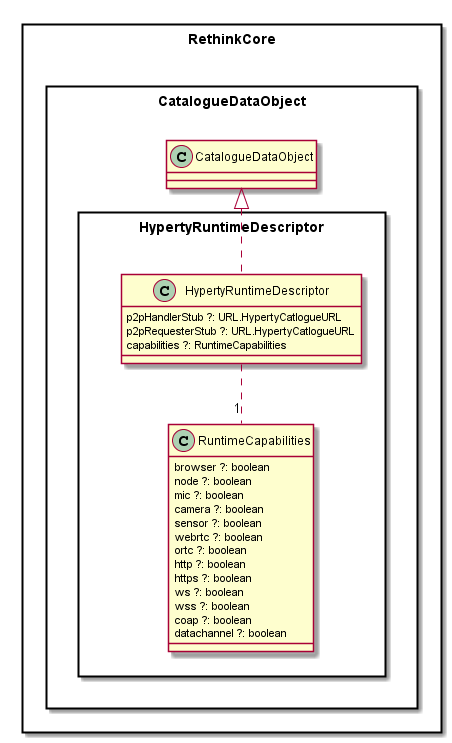
Above: datamodel/core/hyperty-catalogue/Hyperty-Runtime-Descriptor-Data-Object-Model.png in reTHINK-project/specs (PlantUML), before the change.
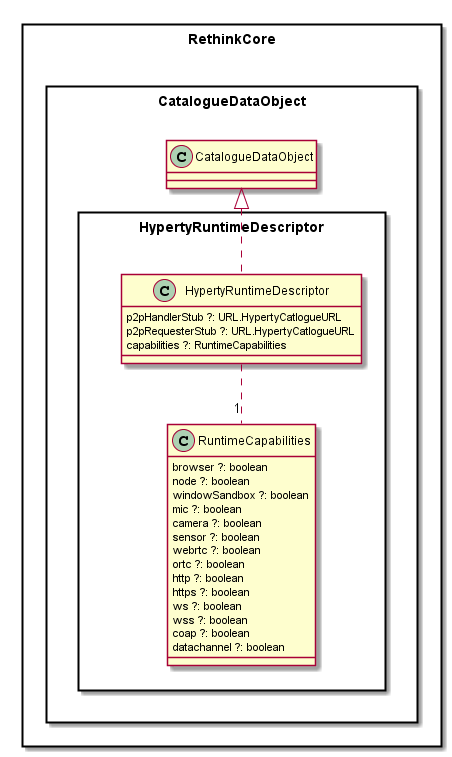
After the commit.

Commit message:
added WindowSandbox to runtime capabilities

The edit, as a diff of the source:
```diff
@@ -15,6 +15,7 @@
 			class RuntimeCapabilities {
 				browser ?: boolean
 				node ?: boolean
+				windowSandbox ?: boolean
 				mic ?: boolean
 				camera ?: boolean
 				sensor ?: boolean
```
